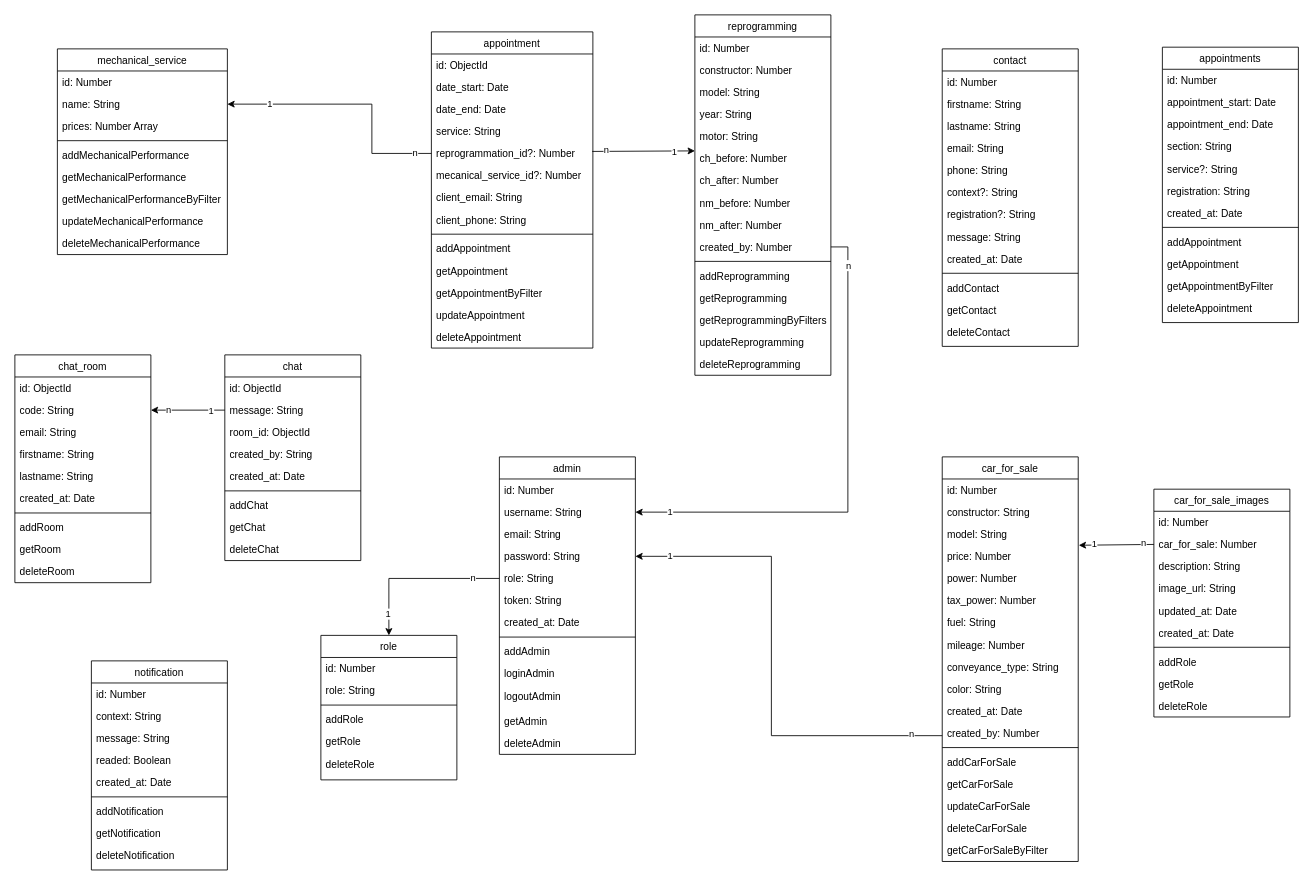
nsevendev/hephaistos keeps this draw.io diagram as documentation/hephaistos-MCD.drawio. Above is the earlier version. Source tidied: cells renumbered, new cells numbered last; positions are measured from the earlier drawing's top-left corner, leaving out a move shared by most shapes. Both pictures are drawn from the tidied source at 85%, with x=0, y=0 at pixel (14, 14).
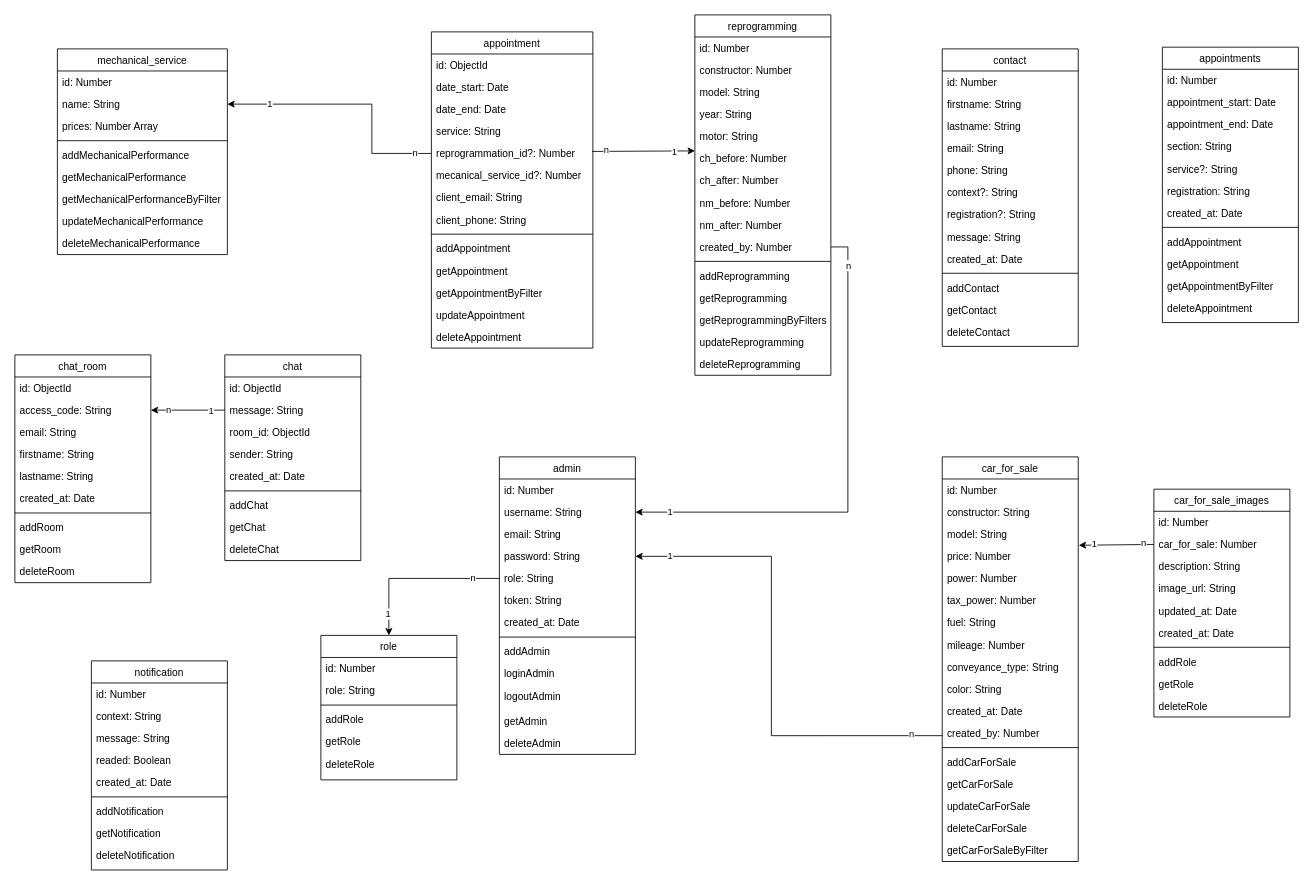
The same diagram, later.

Commit message:
modification schema chat

Unchanged cells that the change refers to:
```xml
<mxCell id="48" value="chat_room" style="swimlane;fontStyle=0;align=center;verticalAlign=top;horizontal=1;startSize=26;rounded=0;shadow=0;strokeWidth=1;" parent="1" vertex="1">
  <mxGeometry y="400" width="160" height="268" as="geometry" />
</mxCell>
<mxCell id="59" value="chat" style="swimlane;fontStyle=0;align=center;verticalAlign=top;horizontal=1;startSize=26;rounded=0;shadow=0;strokeWidth=1;" parent="1" vertex="1">
  <mxGeometry x="247" y="400" width="160" height="242" as="geometry" />
</mxCell>
```

Change to the diagram source:
```diff
@@
-    <mxCell id="50" value="code: String" style="text;align=left;verticalAlign=top;spacingLeft=4;spacingRight=4;overflow=hidden;points=[[0,0.5],[1,0.5]];portConstraint=eastwest;" parent="48" vertex="1">
+    <mxCell id="50" value="access_code: String" style="text;align=left;verticalAlign=top;spacingLeft=4;spacingRight=4;overflow=hidden;points=[[0,0.5],[1,0.5]];portConstraint=eastwest;" parent="48" vertex="1">
       <mxGeometry y="52" width="160" height="26" as="geometry" />
     </mxCell>
@@
-    <mxCell id="63" value="created_by: String" style="text;align=left;verticalAlign=top;spacingLeft=4;spacingRight=4;overflow=hidden;" parent="59" vertex="1">
+    <mxCell id="63" value="sender: String" style="text;align=left;verticalAlign=top;spacingLeft=4;spacingRight=4;overflow=hidden;" parent="59" vertex="1">
       <mxGeometry y="104" width="160" height="26" as="geometry" />
     </mxCell>
```
